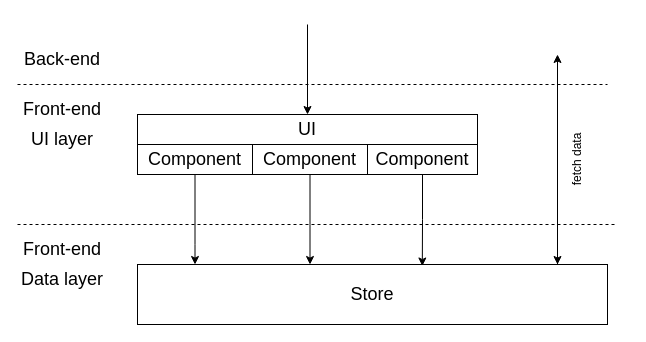
tritonJS826/articles keeps this draw.io diagram as 2022/articles/FrontendArchitecture/interaction/2_single_store/20221126_2_single_store.drawio. Above is the earlier version. Source tidied: cells renumbered, new cells numbered last; positions are measured from the earlier drawing's top-left corner, leaving out a move shared by most shapes. Both pictures are drawn from the tidied source at 100%, with x=0, y=0 at pixel (17, 24).
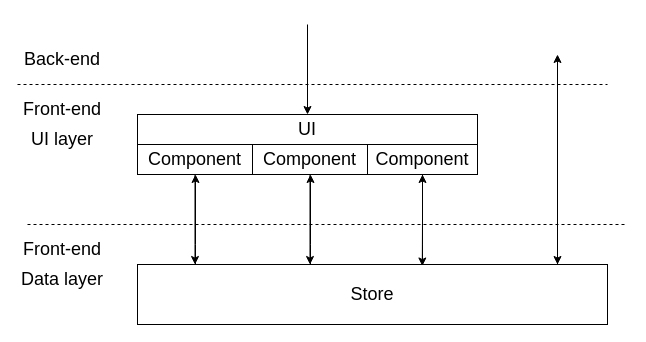
The same diagram, later.

Commit message (it also covers changes not shown here):
add single store article

Unchanged cells that the change refers to:
```xml
<mxCell id="8" value="Store" style="rounded=0;whiteSpace=wrap;html=1;fontSize=18;" parent="1" vertex="1">
  <mxGeometry x="120" y="240" width="470" height="60" as="geometry" />
</mxCell>
<mxCell id="13" value="Component" style="rounded=0;whiteSpace=wrap;html=1;fontSize=18;" parent="1" vertex="1">
  <mxGeometry x="120" y="120" width="115" height="30" as="geometry" />
</mxCell>
<mxCell id="15" value="Component" style="rounded=0;whiteSpace=wrap;html=1;fontSize=18;" parent="1" vertex="1">
  <mxGeometry x="235" y="120" width="115" height="30" as="geometry" />
</mxCell>
<mxCell id="17" value="Component" style="rounded=0;whiteSpace=wrap;html=1;fontSize=18;" parent="1" vertex="1">
  <mxGeometry x="350" y="120" width="110" height="30" as="geometry" />
</mxCell>
```

Change to the diagram source:
```diff
@@
+    <mxCell id="21" style="edgeStyle=orthogonalEdgeStyle;rounded=0;jettySize=auto;html=1;" parent="1" edge="1" source="8" target="15">
+      <mxGeometry relative="1" as="geometry">
+        <Array as="points">
+          <mxPoint x="293" y="220" />
+          <mxPoint x="293" y="220" />
+        </Array>
+      </mxGeometry>
+    </mxCell>
+    <mxCell id="22" style="edgeStyle=orthogonalEdgeStyle;rounded=0;jettySize=auto;html=1;" parent="1" edge="1" source="8" target="17">
+      <mxGeometry relative="1" as="geometry">
+        <Array as="points">
+          <mxPoint x="405" y="220" />
+          <mxPoint x="405" y="220" />
+        </Array>
+      </mxGeometry>
+    </mxCell>
+    <mxCell id="23" style="edgeStyle=orthogonalEdgeStyle;rounded=0;jettySize=auto;html=1;" parent="1" edge="1" source="8" target="13">
+      <mxGeometry relative="1" as="geometry">
+        <Array as="points">
+          <mxPoint x="178" y="220" />
+          <mxPoint x="178" y="220" />
+        </Array>
+      </mxGeometry>
+    </mxCell>
@@
     <mxCell id="9" style="endArrow=none;dashed=1;html=1;rounded=0;" parent="1" edge="1">
       <mxGeometry relative="1" as="geometry">
-        <mxPoint y="200" as="sourcePoint" />
-        <mxPoint x="600" y="200" as="targetPoint" />
+        <mxPoint x="10" y="200" as="sourcePoint" />
+        <mxPoint x="610" y="200" as="targetPoint" />
       </mxGeometry>
     </mxCell>
@@
-    <mxCell id="11" value="fetch data" style="text;html=1;strokeColor=none;fillColor=none;align=center;verticalAlign=middle;whiteSpace=wrap;rounded=0;rotation=-90;" parent="1" vertex="1">
-      <mxGeometry x="530" y="120" width="60" height="30" as="geometry" />
-    </mxCell>
```
